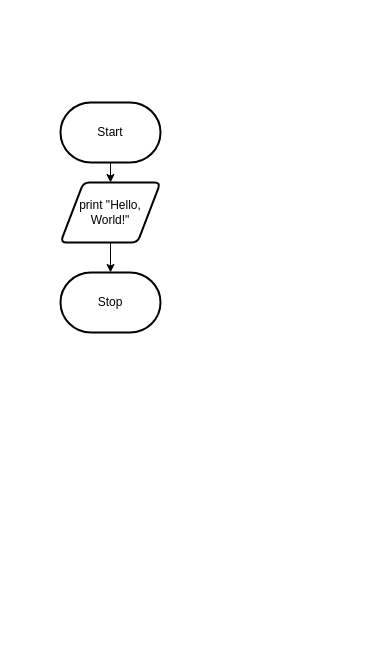
jakub-malhotra/ICS4U-Unit-3 keeps this draw.io diagram as 3-X/design/flowchart.drawio. Above is the earlier version. Source tidied: cells renumbered, new cells numbered last; positions are measured from the earlier drawing's top-left corner, leaving out a move shared by most shapes. Both pictures are drawn from the tidied source at 100%, with x=0, y=0 at pixel (60, 102).
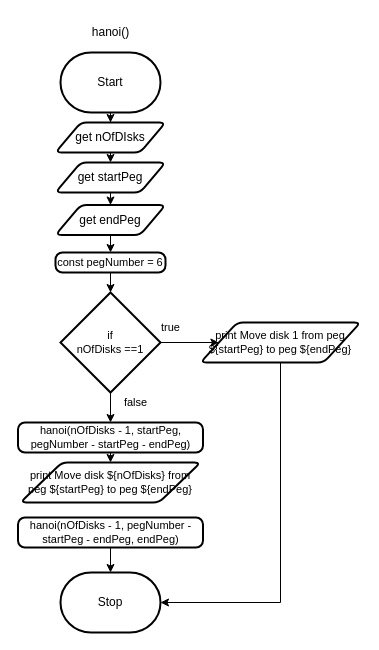
Above is the later version.

Change to the diagram source:
```diff
@@
     <mxCell id="3" value="Start" style="strokeWidth=2;html=1;shape=mxgraph.flowchart.terminator;whiteSpace=wrap;" parent="1" vertex="1">
-      <mxGeometry width="100" height="60" as="geometry" />
+      <mxGeometry y="-50" width="100" height="60" as="geometry" />
     </mxCell>
     <mxCell id="4" value="Stop" style="strokeWidth=2;html=1;shape=mxgraph.flowchart.terminator;whiteSpace=wrap;" parent="1" vertex="1">
-      <mxGeometry y="170" width="100" height="60" as="geometry" />
+      <mxGeometry y="470" width="100" height="60" as="geometry" />
     </mxCell>
-    <mxCell id="5" style="edgeStyle=orthogonalEdgeStyle;rounded=0;html=1;exitX=0.5;exitY=1;exitDx=0;exitDy=0;entryX=0.5;entryY=0;entryDx=0;entryDy=0;entryPerimeter=0;" parent="1" edge="1" source="6" target="4">
-      <mxGeometry relative="1" as="geometry" />
-    </mxCell>
+    <mxCell id="7" style="edgeStyle=orthogonalEdgeStyle;shape=connector;rounded=0;html=1;exitX=0.5;exitY=1;exitDx=0;exitDy=0;entryX=0.5;entryY=0;entryDx=0;entryDy=0;labelBackgroundColor=default;strokeColor=default;fontFamily=Helvetica;fontSize=11;fontColor=default;endArrow=classic;" parent="1" edge="1" source="6" target="10">
+      <mxGeometry relative="1" as="geometry" />
+    </mxCell>
-    <mxCell id="6" value="print &quot;Hello, World!&quot;" style="shape=parallelogram;html=1;strokeWidth=2;perimeter=parallelogramPerimeter;whiteSpace=wrap;rounded=1;arcSize=12;size=0.23;" parent="1" vertex="1">
-      <mxGeometry y="80" width="100" height="60" as="geometry" />
+    <mxCell id="6" value="get nOfDIsks" style="shape=parallelogram;html=1;strokeWidth=2;perimeter=parallelogramPerimeter;whiteSpace=wrap;rounded=1;arcSize=12;size=0.23;" parent="1" vertex="1">
+      <mxGeometry x="-5" y="20" width="110" height="30" as="geometry" />
     </mxCell>
+    <mxCell id="8" value="hanoi()" style="text;html=1;align=center;verticalAlign=middle;strokeColor=none;fillColor=none;" parent="1" vertex="1">
+      <mxGeometry x="20" y="-85" width="60" height="30" as="geometry" />
+    </mxCell>
+    <mxCell id="9" style="edgeStyle=orthogonalEdgeStyle;shape=connector;rounded=0;html=1;exitX=0.5;exitY=1;exitDx=0;exitDy=0;entryX=0.5;entryY=0;entryDx=0;entryDy=0;labelBackgroundColor=default;strokeColor=default;fontFamily=Helvetica;fontSize=11;fontColor=default;endArrow=classic;" parent="1" edge="1" source="10" target="12">
+      <mxGeometry relative="1" as="geometry" />
+    </mxCell>
+    <mxCell id="10" value="get startPeg" style="shape=parallelogram;html=1;strokeWidth=2;perimeter=parallelogramPerimeter;whiteSpace=wrap;rounded=1;arcSize=12;size=0.23;" parent="1" vertex="1">
+      <mxGeometry x="-5" y="60" width="110" height="30" as="geometry" />
+    </mxCell>
+    <mxCell id="11" style="edgeStyle=orthogonalEdgeStyle;shape=connector;rounded=0;html=1;exitX=0.5;exitY=1;exitDx=0;exitDy=0;entryX=0.5;entryY=0;entryDx=0;entryDy=0;labelBackgroundColor=default;strokeColor=default;fontFamily=Helvetica;fontSize=11;fontColor=default;endArrow=classic;" parent="1" edge="1" source="12" target="14">
+      <mxGeometry relative="1" as="geometry" />
+    </mxCell>
+    <mxCell id="12" value="get endPeg" style="shape=parallelogram;html=1;strokeWidth=2;perimeter=parallelogramPerimeter;whiteSpace=wrap;rounded=1;arcSize=12;size=0.23;" parent="1" vertex="1">
+      <mxGeometry x="-5" y="102.5" width="110" height="30" as="geometry" />
+    </mxCell>
+    <mxCell id="13" style="edgeStyle=orthogonalEdgeStyle;shape=connector;rounded=0;html=1;exitX=0.5;exitY=1;exitDx=0;exitDy=0;entryX=0.5;entryY=0;entryDx=0;entryDy=0;entryPerimeter=0;labelBackgroundColor=default;strokeColor=default;fontFamily=Helvetica;fontSize=11;fontColor=default;endArrow=classic;" parent="1" edge="1" source="14" target="17">
+      <mxGeometry relative="1" as="geometry" />
+    </mxCell>
+    <mxCell id="14" value="const pegNumber = 6" style="rounded=1;whiteSpace=wrap;html=1;absoluteArcSize=1;arcSize=14;strokeWidth=2;fontFamily=Helvetica;fontSize=11;fontColor=default;" parent="1" vertex="1">
+      <mxGeometry x="-5" y="150" width="110" height="20" as="geometry" />
+    </mxCell>
+    <mxCell id="15" style="edgeStyle=orthogonalEdgeStyle;shape=connector;rounded=0;html=1;exitX=1;exitY=0.5;exitDx=0;exitDy=0;exitPerimeter=0;labelBackgroundColor=default;strokeColor=default;fontFamily=Helvetica;fontSize=11;fontColor=default;endArrow=classic;" parent="1" edge="1" source="17" target="19">
+      <mxGeometry relative="1" as="geometry" />
+    </mxCell>
+    <mxCell id="16" style="edgeStyle=orthogonalEdgeStyle;shape=connector;rounded=0;html=1;exitX=0.5;exitY=1;exitDx=0;exitDy=0;exitPerimeter=0;entryX=0.5;entryY=0;entryDx=0;entryDy=0;labelBackgroundColor=default;strokeColor=default;fontFamily=Helvetica;fontSize=11;fontColor=default;endArrow=classic;" parent="1" edge="1" source="17" target="22">
+      <mxGeometry relative="1" as="geometry" />
+    </mxCell>
+    <mxCell id="17" value="if &lt;br&gt;nOfDisks ==1" style="strokeWidth=2;html=1;shape=mxgraph.flowchart.decision;whiteSpace=wrap;fontFamily=Helvetica;fontSize=11;fontColor=default;" parent="1" vertex="1">
+      <mxGeometry y="190" width="100" height="100" as="geometry" />
+    </mxCell>
+    <mxCell id="18" style="edgeStyle=orthogonalEdgeStyle;shape=connector;rounded=0;html=1;exitX=0.5;exitY=1;exitDx=0;exitDy=0;entryX=1;entryY=0.5;entryDx=0;entryDy=0;entryPerimeter=0;labelBackgroundColor=default;strokeColor=default;fontFamily=Helvetica;fontSize=11;fontColor=default;endArrow=classic;" parent="1" edge="1" source="19" target="4">
+      <mxGeometry relative="1" as="geometry" />
+    </mxCell>
+    <mxCell id="19" value="print&amp;nbsp;Move disk 1 from peg ${startPeg} to peg ${endPeg}" style="shape=parallelogram;html=1;strokeWidth=2;perimeter=parallelogramPerimeter;whiteSpace=wrap;rounded=1;arcSize=12;size=0.23;fontFamily=Helvetica;fontSize=11;fontColor=default;" parent="1" vertex="1">
+      <mxGeometry x="140" y="220" width="160" height="40" as="geometry" />
+    </mxCell>
+    <mxCell id="20" value="true" style="text;html=1;align=center;verticalAlign=middle;strokeColor=none;fillColor=none;fontSize=11;fontFamily=Helvetica;fontColor=default;" parent="1" vertex="1">
+      <mxGeometry x="90" y="210" width="40" height="30" as="geometry" />
+    </mxCell>
+    <mxCell id="21" style="edgeStyle=orthogonalEdgeStyle;shape=connector;rounded=0;html=1;exitX=0.5;exitY=1;exitDx=0;exitDy=0;entryX=0.5;entryY=0;entryDx=0;entryDy=0;labelBackgroundColor=default;strokeColor=default;fontFamily=Helvetica;fontSize=11;fontColor=default;endArrow=classic;" parent="1" edge="1" source="22" target="24">
+      <mxGeometry relative="1" as="geometry" />
+    </mxCell>
+    <mxCell id="22" value="hanoi(nOfDisks - 1, startPeg, pegNumber - startPeg - endPeg)" style="rounded=1;whiteSpace=wrap;html=1;absoluteArcSize=1;arcSize=14;strokeWidth=2;fontFamily=Helvetica;fontSize=11;fontColor=default;" parent="1" vertex="1">
+      <mxGeometry x="-42.5" y="320" width="185" height="30" as="geometry" />
+    </mxCell>
+    <mxCell id="23" value="false" style="text;html=1;align=center;verticalAlign=middle;strokeColor=none;fillColor=none;fontSize=11;fontFamily=Helvetica;fontColor=default;" parent="1" vertex="1">
+      <mxGeometry x="50" y="285" width="50" height="30" as="geometry" />
+    </mxCell>
+    <mxCell id="24" value="print&amp;nbsp;Move disk ${nOfDisks} from peg ${startPeg} to peg ${endPeg}" style="shape=parallelogram;html=1;strokeWidth=2;perimeter=parallelogramPerimeter;whiteSpace=wrap;rounded=1;arcSize=12;size=0.23;fontFamily=Helvetica;fontSize=11;fontColor=default;" parent="1" vertex="1">
+      <mxGeometry x="-40" y="360" width="180" height="40" as="geometry" />
+    </mxCell>
+    <mxCell id="25" style="edgeStyle=orthogonalEdgeStyle;shape=connector;rounded=0;html=1;exitX=0.5;exitY=1;exitDx=0;exitDy=0;entryX=0.5;entryY=0;entryDx=0;entryDy=0;entryPerimeter=0;labelBackgroundColor=default;strokeColor=default;fontFamily=Helvetica;fontSize=11;fontColor=default;endArrow=classic;" parent="1" edge="1" source="26" target="4">
+      <mxGeometry relative="1" as="geometry" />
+    </mxCell>
+    <mxCell id="26" value="hanoi(nOfDisks - 1, pegNumber - startPeg - endPeg, endPeg)" style="rounded=1;whiteSpace=wrap;html=1;absoluteArcSize=1;arcSize=14;strokeWidth=2;fontFamily=Helvetica;fontSize=11;fontColor=default;" parent="1" vertex="1">
+      <mxGeometry x="-42.5" y="415" width="185" height="30" as="geometry" />
+    </mxCell>
```
